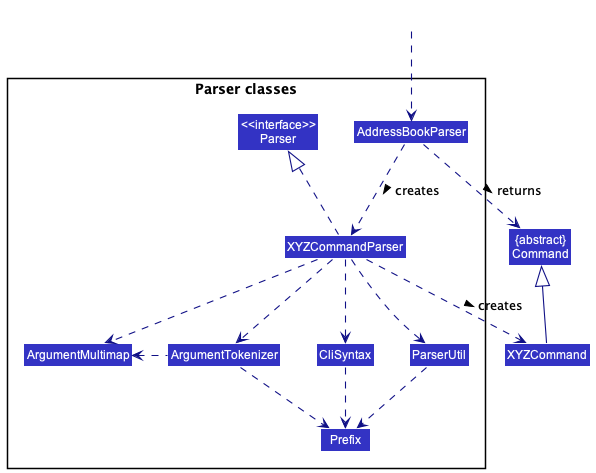
Before: docs/images/ParserClasses.png, a diagram exported from PlantUML (nus-cs2103-AY2223S1/tp).
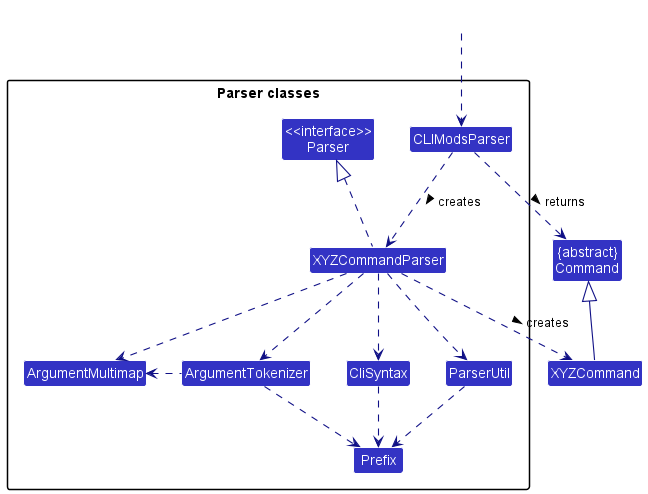
After the commit.

Commit message:
Edit ParserClasses UML

Diff of the diagram source:
```diff
@@ -9,7 +9,7 @@
 
 package "Parser classes"{
 Class "<<interface>>\nParser" as Parser
-Class AddressBookParser
+Class CLIModsParser
 Class XYZCommandParser
 Class CliSyntax
 Class ParserUtil
@@ -19,12 +19,12 @@
 }
 
 Class HiddenOutside #FFFFFF
-HiddenOutside ..> AddressBookParser
+HiddenOutside ..> CLIModsParser
 
-AddressBookParser .down.> XYZCommandParser: creates >
+CLIModsParser .down.> XYZCommandParser: creates >
 
 XYZCommandParser ..> XYZCommand : creates >
-AddressBookParser ..> Command : returns >
+CLIModsParser ..> Command : returns >
 XYZCommandParser .up.|> Parser
 XYZCommandParser ..> ArgumentMultimap
 XYZCommandParser ..> ArgumentTokenizer
```
